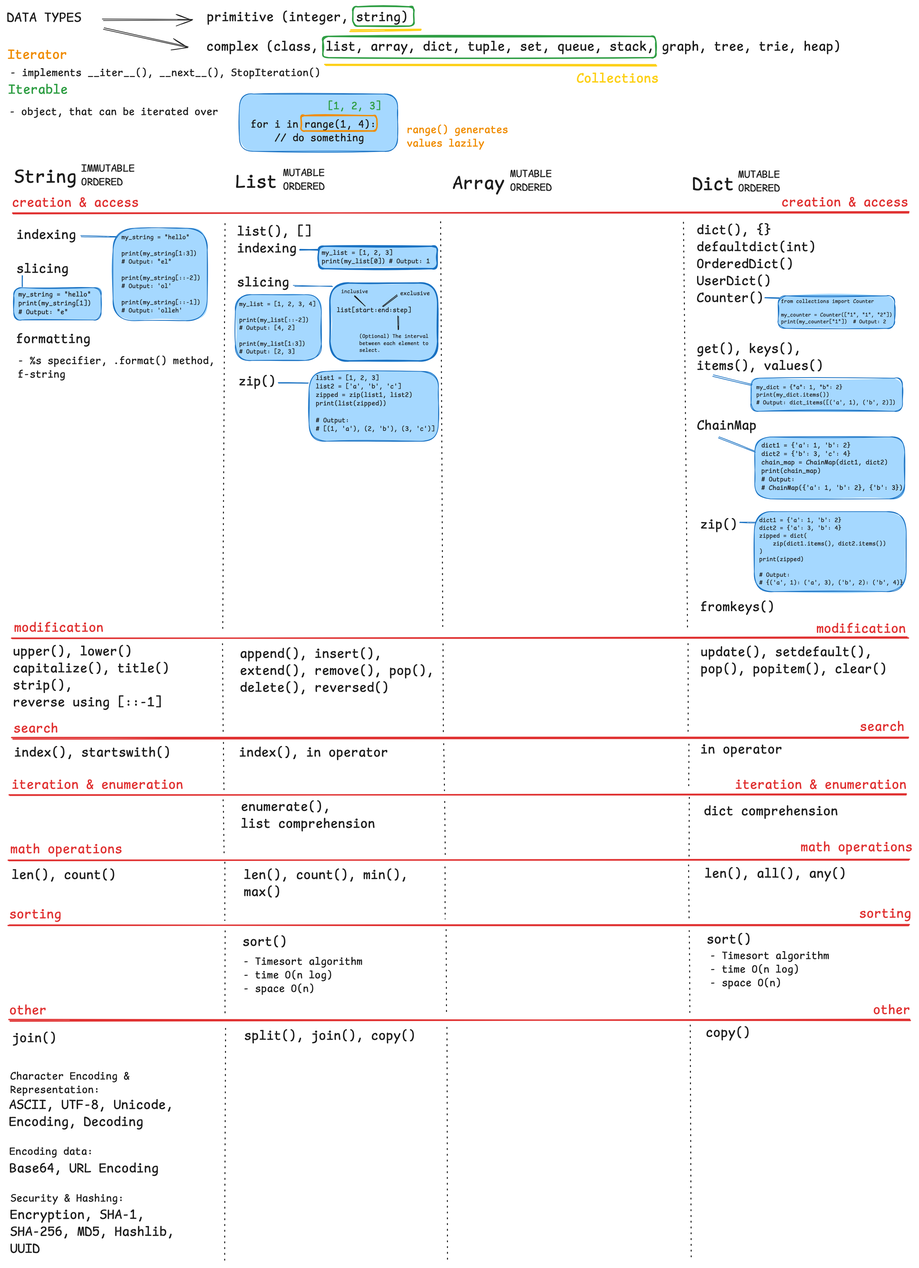
Above: images/data_structures_part1.png in NikoletaKocurovaAI/sw-engineering-cheat-sheets (Excalidraw), before the change. Source tidied: one line per element, renumbered; positions are measured from the earlier drawing's top-left corner, leaving out a move shared by most shapes.
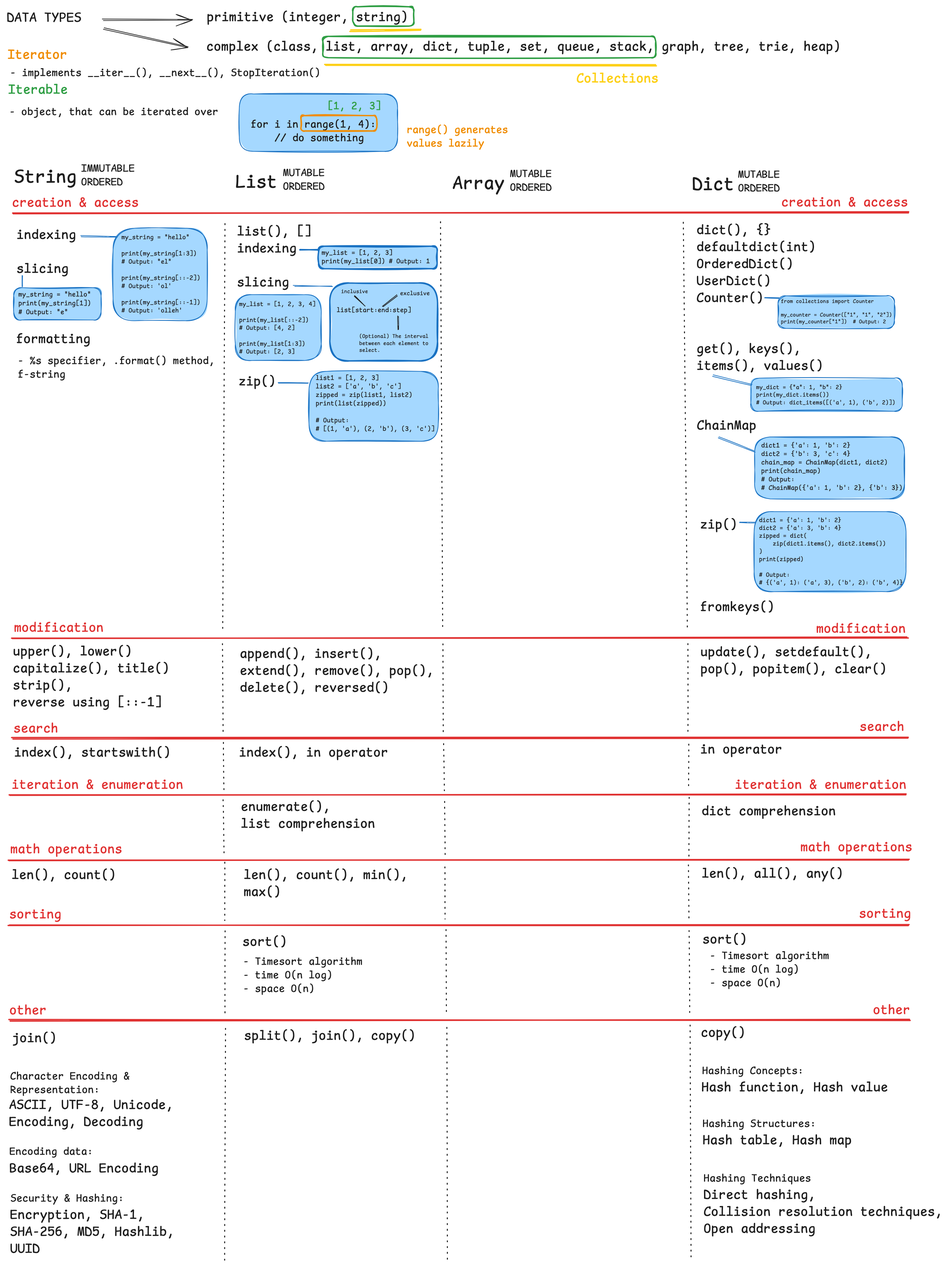
After the commit.

What changed in the source:
```diff
@@ -88,7 +88,7 @@
 {"id": 87, "type": "line", "strokeColor": "#e03131", "strokeWidth": 2, "roughness": 1, "round": true, "x": 4, "y": 1162, "width": 1320, "height": 1, "points": [[0, 0], [1320, -1]]}
 {"id": 88, "type": "text", "text": "iteration & enumeration", "strokeColor": "#e03131", "backgroundColor": "#a5d8ff", "fillStyle": "solid", "strokeWidth": 1, "roughness": 1, "fontSize": 20, "fontFamily": 8, "x": 1073, "y": 1135, "width": 253, "height": 25}
 {"id": 89, "type": "text", "text": "enumerate(), \nlist comprehension", "strokeColor": "#1e1e1e", "backgroundColor": "#a5d8ff", "fillStyle": "solid", "strokeWidth": 1, "roughness": 1, "fontSize": 20, "fontFamily": 8, "x": 345, "y": 1168, "width": 198, "height": 50}
-{"id": 90, "type": "text", "text": "dict comprehension", "strokeColor": "#1e1e1e", "backgroundColor": "#a5d8ff", "fillStyle": "solid", "strokeWidth": 1, "roughness": 1, "fontSize": 20, "fontFamily": 8, "x": 1027, "y": 1174, "width": 198, "height": 25}
+{"id": 90, "type": "text", "text": "dict comprehension", "strokeColor": "#1e1e1e", "backgroundColor": "#a5d8ff", "fillStyle": "solid", "strokeWidth": 1, "roughness": 1, "fontSize": 20, "fontFamily": 8, "x": 1024, "y": 1174, "width": 198, "height": 25}
 {"id": 91, "type": "line", "strokeColor": "#1e1e1e", "backgroundColor": "#a5d8ff", "fillStyle": "solid", "strokeWidth": 1, "strokeStyle": "dotted", "roughness": 1, "round": true, "x": 321, "y": 320, "width": 2, "height": 597, "points": [[0, 0], [-2, 597]]}
 {"id": 92, "type": "line", "strokeColor": "#1e1e1e", "backgroundColor": "#a5d8ff", "fillStyle": "solid", "strokeWidth": 1, "strokeStyle": "dotted", "roughness": 1, "round": true, "x": 996, "y": 318, "width": 6, "height": 602, "points": [[0, 0], [6, 602]]}
 {"id": 93, "type": "line", "strokeColor": "#1e1e1e", "backgroundColor": "#a5d8ff", "fillStyle": "solid", "strokeWidth": 1, "strokeStyle": "dotted", "roughness": 1, "round": true, "x": 639, "y": 317, "width": 2, "height": 603, "points": [[0, 0], [2, 603]]}
@@ -103,7 +103,7 @@
 {"id": 102, "type": "line", "strokeColor": "#1e1e1e", "backgroundColor": "#a5d8ff", "fillStyle": "solid", "strokeWidth": 1, "strokeStyle": "dotted", "roughness": 1, "round": true, "x": 644, "y": 1087, "width": 0, "height": 68, "points": [[0, 0], [0, 68]]}
 {"id": 103, "type": "line", "strokeColor": "#1e1e1e", "backgroundColor": "#a5d8ff", "fillStyle": "solid", "strokeWidth": 1, "strokeStyle": "dotted", "roughness": 1, "round": true, "x": 318, "y": 1169, "width": 2, "height": 81, "points": [[0, 0], [2, 81]]}
 {"id": 104, "type": "text", "text": "len(), count()", "strokeColor": "#1e1e1e", "backgroundColor": "#a5d8ff", "fillStyle": "solid", "strokeWidth": 1, "strokeStyle": "dotted", "roughness": 1, "fontSize": 20, "fontFamily": 8, "x": 7, "y": 1268, "width": 154, "height": 25}
-{"id": 105, "type": "text", "text": "len(), all(), any()", "strokeColor": "#1e1e1e", "backgroundColor": "#a5d8ff", "fillStyle": "solid", "strokeWidth": 1, "strokeStyle": "dotted", "roughness": 1, "fontSize": 20, "fontFamily": 8, "x": 1028, "y": 1266, "width": 209, "height": 25}
+{"id": 105, "type": "text", "text": "len(), all(), any()", "strokeColor": "#1e1e1e", "backgroundColor": "#a5d8ff", "fillStyle": "solid", "strokeWidth": 1, "strokeStyle": "dotted", "roughness": 1, "fontSize": 20, "fontFamily": 8, "x": 1024, "y": 1266, "width": 209, "height": 25}
 {"id": 106, "type": "line", "strokeColor": "#1e1e1e", "backgroundColor": "#a5d8ff", "fillStyle": "solid", "strokeWidth": 1, "strokeStyle": "dotted", "roughness": 1, "round": true, "x": 646, "y": 1172, "width": 1, "height": 80, "points": [[0, 0], [-1, 80]]}
 {"id": 107, "type": "line", "strokeColor": "#1e1e1e", "backgroundColor": "#a5d8ff", "fillStyle": "solid", "strokeWidth": 1, "strokeStyle": "dotted", "roughness": 1, "round": true, "x": 1005, "y": 1087, "width": 0, "height": 68, "points": [[0, 0], [0, 68]]}
 {"id": 108, "type": "line", "strokeColor": "#1e1e1e", "backgroundColor": "#a5d8ff", "fillStyle": "solid", "strokeWidth": 1, "strokeStyle": "dotted", "roughness": 1, "round": true, "x": 1006, "y": 1166, "width": 2, "height": 86, "points": [[0, 0], [-2, 86]]}
@@ -112,7 +112,7 @@
 {"id": 111, "type": "text", "text": "sorting", "strokeColor": "#e03131", "backgroundColor": "#a5d8ff", "fillStyle": "solid", "strokeWidth": 1, "strokeStyle": "dotted", "roughness": 1, "fontSize": 20, "fontFamily": 8, "x": 1256, "y": 1325, "width": 77, "height": 25}
 {"id": 112, "type": "text", "text": "sort()", "strokeColor": "#1e1e1e", "backgroundColor": "#a5d8ff", "fillStyle": "solid", "strokeWidth": 1, "strokeStyle": "dotted", "roughness": 1, "fontSize": 20, "fontFamily": 8, "x": 347, "y": 1366, "width": 66, "height": 25}
 {"id": 113, "type": "text", "text": "- Timesort algorithm\n- time O(n log)\n- space O(n)", "strokeColor": "#1e1e1e", "backgroundColor": "#a5d8ff", "fillStyle": "solid", "strokeWidth": 1, "strokeStyle": "dotted", "roughness": 1, "fontSize": 16, "fontFamily": 8, "x": 348, "y": 1398, "width": 177, "height": 60}
-{"id": 114, "type": "text", "text": "sort()", "strokeColor": "#1e1e1e", "backgroundColor": "#a5d8ff", "fillStyle": "solid", "strokeWidth": 1, "strokeStyle": "dotted", "roughness": 1, "fontSize": 20, "fontFamily": 8, "x": 1031, "y": 1363, "width": 66, "height": 25}
+{"id": 114, "type": "text", "text": "sort()", "strokeColor": "#1e1e1e", "backgroundColor": "#a5d8ff", "fillStyle": "solid", "strokeWidth": 1, "strokeStyle": "dotted", "roughness": 1, "fontSize": 20, "fontFamily": 8, "x": 1025, "y": 1363, "width": 66, "height": 25}
 {"id": 115, "type": "text", "text": "- Timesort algorithm\n- time O(n log)\n- space O(n)", "strokeColor": "#1e1e1e", "backgroundColor": "#a5d8ff", "fillStyle": "solid", "strokeWidth": 1, "strokeStyle": "dotted", "roughness": 1, "fontSize": 16, "fontFamily": 8, "x": 1036, "y": 1389, "width": 177, "height": 60}
 {"id": 116, "type": "line", "strokeColor": "#1e1e1e", "backgroundColor": "#a5d8ff", "fillStyle": "solid", "strokeWidth": 1, "strokeStyle": "dotted", "roughness": 1, "round": true, "x": 321, "y": 1261, "width": 1, "height": 85, "points": [[0, 0], [1, 85]]}
 {"id": 117, "type": "line", "strokeColor": "#1e1e1e", "backgroundColor": "#a5d8ff", "fillStyle": "solid", "strokeWidth": 1, "strokeStyle": "dotted", "roughness": 1, "round": true, "x": 322, "y": 1363, "width": 1, "height": 123, "points": [[0, 0], [1, 123]]}
@@ -125,7 +125,7 @@
 {"id": 124, "type": "line", "strokeColor": "#1e1e1e", "backgroundColor": "#a5d8ff", "fillStyle": "solid", "strokeWidth": 1, "strokeStyle": "dotted", "roughness": 1, "round": true, "x": 1005, "y": 1361, "width": 1, "height": 121, "points": [[0, 0], [1, 121]]}
 {"id": 125, "type": "text", "text": "join()", "strokeColor": "#1e1e1e", "backgroundColor": "#a5d8ff", "fillStyle": "solid", "strokeWidth": 1, "strokeStyle": "dotted", "roughness": 1, "fontSize": 20, "fontFamily": 8, "x": 8, "y": 1508, "width": 66, "height": 25}
 {"id": 126, "type": "text", "text": "split(), join(), copy()", "strokeColor": "#1e1e1e", "backgroundColor": "#a5d8ff", "fillStyle": "solid", "strokeWidth": 1, "strokeStyle": "dotted", "roughness": 1, "fontSize": 20, "fontFamily": 8, "x": 350, "y": 1505, "width": 253, "height": 25}
-{"id": 127, "type": "text", "text": "copy()", "strokeColor": "#1e1e1e", "backgroundColor": "#a5d8ff", "fillStyle": "solid", "strokeWidth": 1, "strokeStyle": "dotted", "roughness": 1, "fontSize": 20, "fontFamily": 8, "x": 1030, "y": 1501, "width": 66, "height": 25}
+{"id": 127, "type": "text", "text": "copy()", "strokeColor": "#1e1e1e", "backgroundColor": "#a5d8ff", "fillStyle": "solid", "strokeWidth": 1, "strokeStyle": "dotted", "roughness": 1, "fontSize": 20, "fontFamily": 8, "x": 1023, "y": 1500, "width": 66, "height": 25}
 {"id": 128, "type": "text", "text": "ASCII, UTF-8, Unicode,\nEncoding, Decoding", "strokeColor": "#1e1e1e", "backgroundColor": "#a5d8ff", "fillStyle": "solid", "strokeWidth": 1, "strokeStyle": "dotted", "roughness": 1, "fontSize": 20, "fontFamily": 8, "x": 3, "y": 1607, "width": 242, "height": 50}
 {"id": 129, "type": "text", "text": "Character Encoding & \nRepresentation:", "strokeColor": "#1e1e1e", "backgroundColor": "#a5d8ff", "fillStyle": "solid", "strokeWidth": 1, "strokeStyle": "dotted", "roughness": 1, "fontSize": 16, "fontFamily": 8, "x": 5, "y": 1567, "width": 185, "height": 40}
 {"id": 130, "type": "text", "text": "Encoding data:", "strokeColor": "#1e1e1e", "backgroundColor": "#a5d8ff", "fillStyle": "solid", "strokeWidth": 1, "strokeStyle": "dotted", "roughness": 1, "fontSize": 16, "fontFamily": 8, "x": 4, "y": 1678, "width": 123, "height": 20}
@@ -135,3 +135,9 @@
 {"id": 134, "type": "line", "strokeColor": "#1e1e1e", "backgroundColor": "#a5d8ff", "fillStyle": "solid", "strokeWidth": 1, "strokeStyle": "dotted", "roughness": 1, "round": true, "x": 322, "y": 1506, "width": 0, "height": 342, "points": [[0, 0], [0, 342]]}
 {"id": 135, "type": "line", "strokeColor": "#1e1e1e", "backgroundColor": "#a5d8ff", "fillStyle": "solid", "strokeWidth": 1, "strokeStyle": "dotted", "roughness": 1, "round": true, "x": 648, "y": 1505, "width": 1, "height": 345, "points": [[0, 0], [1, 345]]}
 {"id": 136, "type": "line", "strokeColor": "#1e1e1e", "backgroundColor": "#a5d8ff", "fillStyle": "solid", "strokeWidth": 1, "strokeStyle": "dotted", "roughness": 1, "round": true, "x": 1007, "y": 1501, "width": 1, "height": 347, "points": [[0, 0], [1, 347]]}
+{"id": 137, "type": "text", "text": "Hashing Concepts:", "strokeColor": "#1e1e1e", "strokeWidth": 1, "roughness": 1, "fontSize": 16, "fontFamily": 8, "x": 1025, "y": 1559, "width": 150, "height": 20}
+{"id": 138, "type": "text", "text": "Hash function, Hash value", "strokeColor": "#1e1e1e", "strokeWidth": 1, "roughness": 1, "fontSize": 20, "fontFamily": 8, "x": 1024, "y": 1581, "width": 275, "height": 25}
+{"id": 139, "type": "text", "text": "Hashing Structures:", "strokeColor": "#1e1e1e", "strokeWidth": 1, "roughness": 1, "fontSize": 16, "fontFamily": 8, "x": 1025, "y": 1637, "width": 167, "height": 20}
+{"id": 140, "type": "text", "text": "Hash table, Hash map", "strokeColor": "#1e1e1e", "strokeWidth": 1, "roughness": 1, "fontSize": 20, "fontFamily": 8, "x": 1025, "y": 1659, "width": 220, "height": 25}
+{"id": 141, "type": "text", "text": "Direct hashing,\nCollision resolution techniques,\nOpen addressing", "strokeColor": "#1e1e1e", "strokeWidth": 1, "roughness": 1, "fontSize": 20, "fontFamily": 8, "x": 1027, "y": 1740, "width": 352, "height": 75}
+{"id": 142, "type": "text", "text": "Hashing Techniques", "strokeColor": "#1e1e1e", "strokeWidth": 1, "roughness": 1, "fontSize": 16, "fontFamily": 8, "x": 1027, "y": 1717, "width": 158, "height": 20}
```
